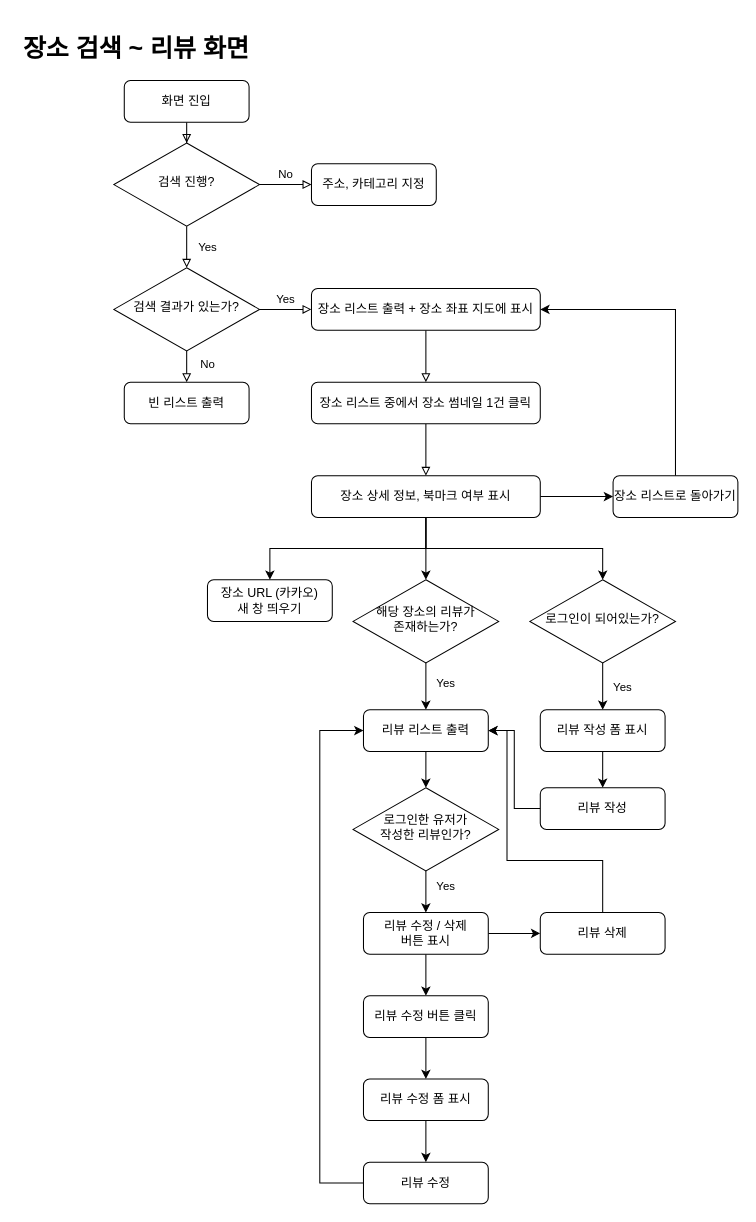
mrcocoball/date-planner-front keeps this draw.io diagram as document/flowchart-place.drawio. Above is the earlier version. Source tidied: cells renumbered, new cells numbered last; positions are measured from the earlier drawing's top-left corner, leaving out a move shared by most shapes. Both pictures are drawn from the tidied source at 104%, with x=0, y=0 at pixel (18, 28).
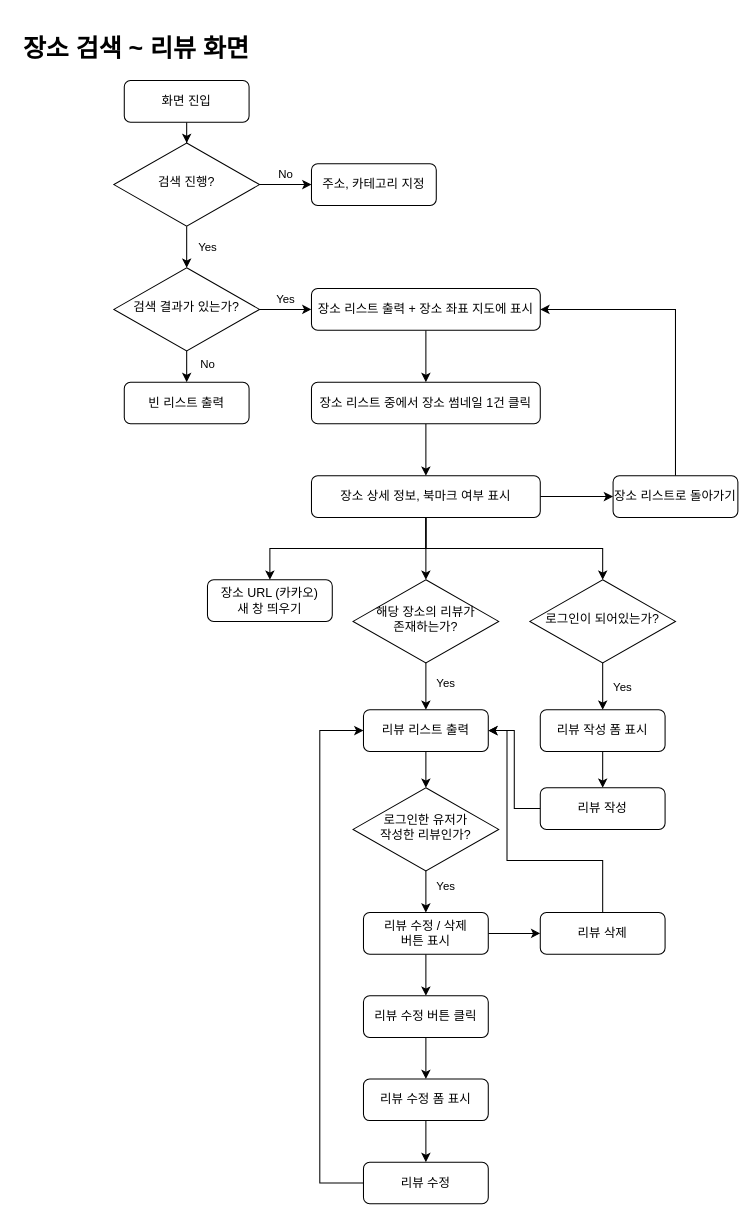
After the change.

The change refers to these unchanged cells:
```xml
<mxCell id="3" value="화면 진입" style="rounded=1;whiteSpace=wrap;html=1;fontSize=12;glass=0;strokeWidth=1;shadow=0;" parent="1" vertex="1">
  <mxGeometry x="102" y="50" width="120" height="40" as="geometry" />
</mxCell>
<mxCell id="6" value="검색 진행?" style="rhombus;whiteSpace=wrap;html=1;shadow=0;fontFamily=Helvetica;fontSize=12;align=center;strokeWidth=1;spacing=6;spacingTop=-4;" parent="1" vertex="1">
  <mxGeometry x="92" y="110" width="140" height="80" as="geometry" />
</mxCell>
<mxCell id="7" value="주소, 카테고리 지정" style="rounded=1;whiteSpace=wrap;html=1;fontSize=12;glass=0;strokeWidth=1;shadow=0;" parent="1" vertex="1">
  <mxGeometry x="282" y="130" width="120" height="40" as="geometry" />
</mxCell>
<mxCell id="10" value="검색 결과가 있는가?" style="rhombus;whiteSpace=wrap;html=1;shadow=0;fontFamily=Helvetica;fontSize=12;align=center;strokeWidth=1;spacing=6;spacingTop=-4;" parent="1" vertex="1">
  <mxGeometry x="92" y="230" width="140" height="80" as="geometry" />
</mxCell>
<mxCell id="11" value="빈 리스트 출력" style="rounded=1;whiteSpace=wrap;html=1;fontSize=12;glass=0;strokeWidth=1;shadow=0;" parent="1" vertex="1">
  <mxGeometry x="102" y="340" width="120" height="40" as="geometry" />
</mxCell>
<mxCell id="13" value="장소 리스트 출력 + 장소 좌표 지도에 표시" style="rounded=1;whiteSpace=wrap;html=1;fontSize=12;glass=0;strokeWidth=1;shadow=0;" parent="1" vertex="1">
  <mxGeometry x="282" y="250" width="220" height="40" as="geometry" />
</mxCell>
<mxCell id="18" value="장소 상세 정보, 북마크 여부 표시" style="rounded=1;whiteSpace=wrap;html=1;fontSize=12;glass=0;strokeWidth=1;shadow=0;" parent="1" vertex="1">
  <mxGeometry x="282" y="430" width="220" height="40" as="geometry" />
</mxCell>
<mxCell id="20" value="장소 리스트 중에서 장소 썸네일 1건 클릭" style="rounded=1;whiteSpace=wrap;html=1;fontSize=12;glass=0;strokeWidth=1;shadow=0;" parent="1" vertex="1">
  <mxGeometry x="282" y="340" width="220" height="40" as="geometry" />
</mxCell>
```

Change to the diagram source:
```diff
@@
-    <mxCell id="2" style="rounded=0;html=1;jettySize=auto;fontSize=11;endArrow=block;endFill=0;endSize=6;strokeWidth=1;shadow=0;labelBackgroundColor=none;edgeStyle=orthogonalEdgeStyle;" parent="1" edge="1" source="3" target="6">
+    <mxCell id="2" style="rounded=0;html=1;jettySize=auto;fontSize=11;endArrow=classic;endFill=1;endSize=6;strokeWidth=1;shadow=0;labelBackgroundColor=none;edgeStyle=orthogonalEdgeStyle;" parent="1" edge="1" source="3" target="6">
       <mxGeometry relative="1" as="geometry" />
     </mxCell>
@@
-    <mxCell id="4" value="Yes" style="rounded=0;html=1;jettySize=auto;fontSize=11;endArrow=block;endFill=0;endSize=6;strokeWidth=1;shadow=0;labelBackgroundColor=none;edgeStyle=orthogonalEdgeStyle;" parent="1" edge="1" source="6" target="10">
+    <mxCell id="4" value="Yes" style="rounded=0;html=1;jettySize=auto;fontSize=11;endArrow=classic;endFill=1;endSize=6;strokeWidth=1;shadow=0;labelBackgroundColor=none;edgeStyle=orthogonalEdgeStyle;" parent="1" edge="1" source="6" target="10">
       <mxGeometry y="20" relative="1" as="geometry" />
     </mxCell>
-    <mxCell id="5" value="No" style="edgeStyle=orthogonalEdgeStyle;rounded=0;html=1;jettySize=auto;fontSize=11;endArrow=block;endFill=0;endSize=6;strokeWidth=1;shadow=0;labelBackgroundColor=none;" parent="1" edge="1" source="6" target="7">
+    <mxCell id="5" value="No" style="edgeStyle=orthogonalEdgeStyle;rounded=0;html=1;jettySize=auto;fontSize=11;endArrow=classic;endFill=1;endSize=6;strokeWidth=1;shadow=0;labelBackgroundColor=none;" parent="1" edge="1" source="6" target="7">
       <mxGeometry y="10" relative="1" as="geometry" />
     </mxCell>
@@
-    <mxCell id="8" value="No" style="rounded=0;html=1;jettySize=auto;fontSize=11;endArrow=block;endFill=0;endSize=6;strokeWidth=1;shadow=0;labelBackgroundColor=none;edgeStyle=orthogonalEdgeStyle;" parent="1" edge="1" source="10" target="11">
+    <mxCell id="8" value="No" style="rounded=0;html=1;jettySize=auto;fontSize=11;endArrow=classic;endFill=1;endSize=6;strokeWidth=1;shadow=0;labelBackgroundColor=none;edgeStyle=orthogonalEdgeStyle;" parent="1" edge="1" source="10" target="11">
       <mxGeometry x="0.33" y="20" relative="1" as="geometry" />
     </mxCell>
-    <mxCell id="9" value="Yes" style="edgeStyle=orthogonalEdgeStyle;rounded=0;html=1;jettySize=auto;fontSize=11;endArrow=block;endFill=0;endSize=6;strokeWidth=1;shadow=0;labelBackgroundColor=none;" parent="1" edge="1" source="10" target="13">
+    <mxCell id="9" value="Yes" style="edgeStyle=orthogonalEdgeStyle;rounded=0;html=1;jettySize=auto;fontSize=11;endArrow=classic;endFill=1;endSize=6;strokeWidth=1;shadow=0;labelBackgroundColor=none;" parent="1" edge="1" source="10" target="13">
       <mxGeometry y="10" relative="1" as="geometry" />
     </mxCell>
@@
-    <mxCell id="12" style="edgeStyle=orthogonalEdgeStyle;rounded=0;jettySize=auto;html=1;entryX=0.5;entryY=0;entryDx=0;entryDy=0;endArrow=block;endFill=0;endSize=6;" parent="1" edge="1" source="13" target="20">
+    <mxCell id="12" style="edgeStyle=orthogonalEdgeStyle;rounded=0;jettySize=auto;html=1;entryX=0.5;entryY=0;entryDx=0;entryDy=0;endArrow=classic;endFill=1;endSize=6;" parent="1" edge="1" source="13" target="20">
       <mxGeometry relative="1" as="geometry" />
     </mxCell>
@@
-    <mxCell id="19" style="edgeStyle=orthogonalEdgeStyle;rounded=0;jettySize=auto;html=1;entryX=0.5;entryY=0;entryDx=0;entryDy=0;endArrow=block;endFill=0;" parent="1" edge="1" source="20" target="18">
+    <mxCell id="19" style="edgeStyle=orthogonalEdgeStyle;rounded=0;jettySize=auto;html=1;entryX=0.5;entryY=0;entryDx=0;entryDy=0;endArrow=classic;endFill=1;" parent="1" edge="1" source="20" target="18">
       <mxGeometry relative="1" as="geometry" />
     </mxCell>
```
